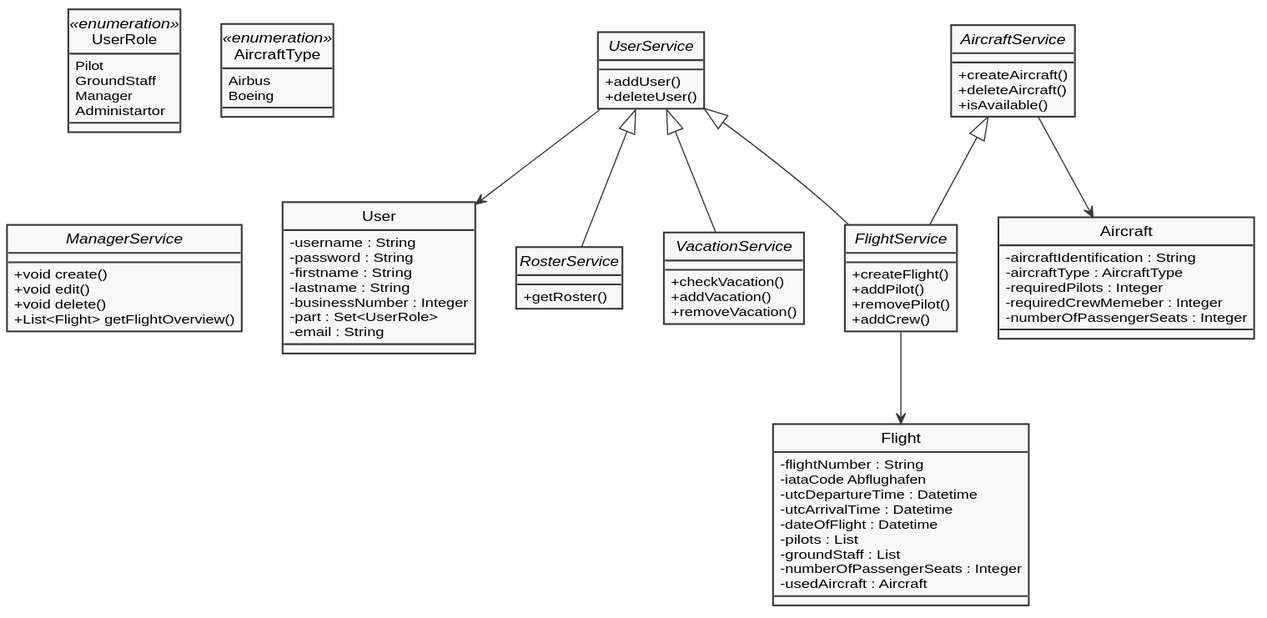
Earlier version of the PlantUML export diagram/class.svg (calvingehrer/AustrianAirlines).
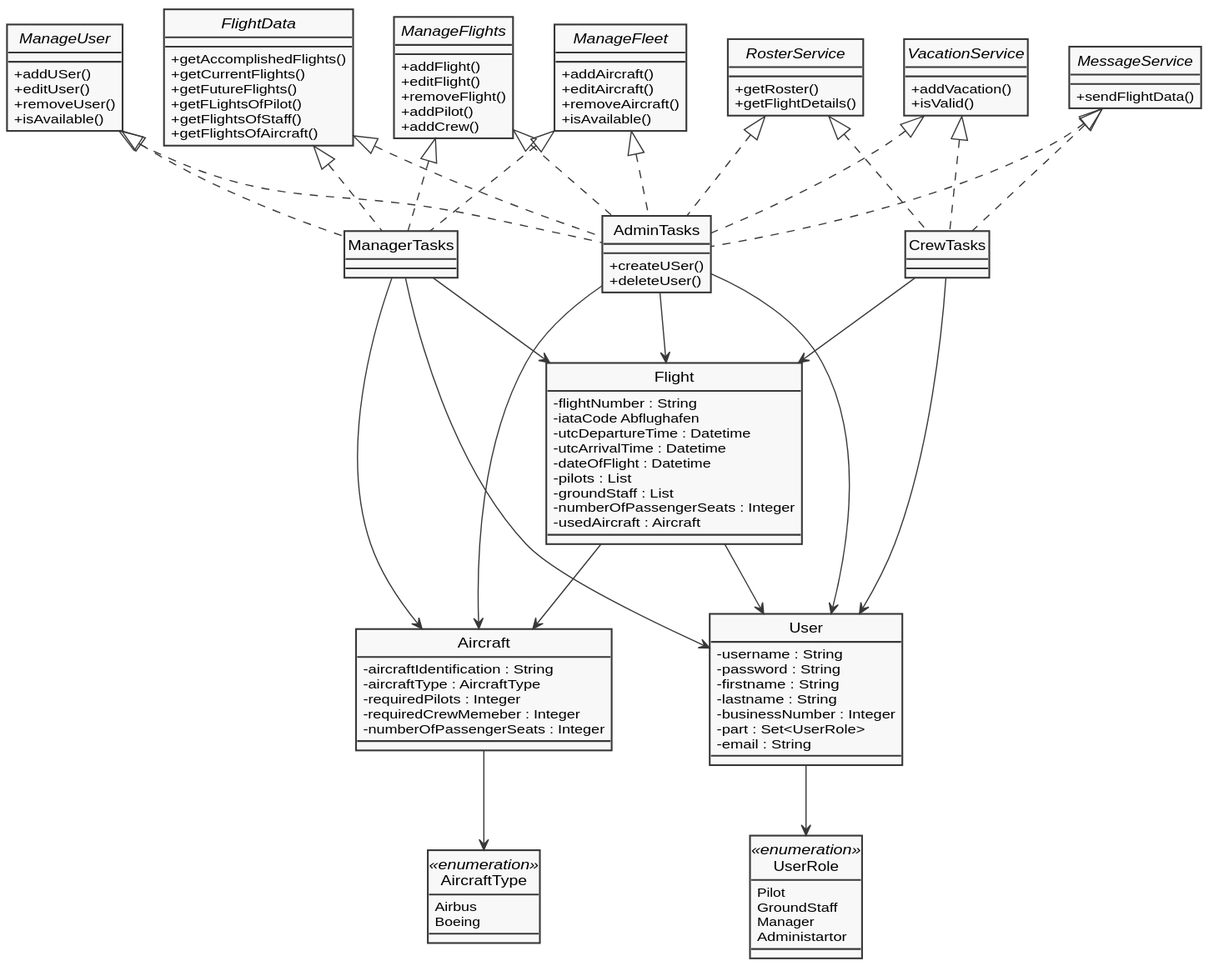
After the commit.

Commit message:
UML-Diagram

Change to the diagram source:
```diff
@@ -47,47 +47,84 @@
     - usedAircraft : Aircraft
 }
 
-interface ManagerService {
-    + void create()
-    + void edit()
-    + void delete()
-    + List<Flight> getFlightOverview()
-}
-
-interface FlightService {
-    + createFlight()
+interface ManageFlights {
+    + addFlight()
+    + editFlight()
+    + removeFlight()
     + addPilot()
-    + removePilot()
     + addCrew()
 }
 
-interface AircraftService {
-    + createAircraft()
-    + deleteAircraft()
+interface ManageFleet {
+    + addAircraft()
+    + editAircraft()
+    + removeAircraft()
     + isAvailable()
 }
 
-interface UserService {
-    + addUser()
-    + deleteUser()
+interface ManageUser {
+    + addUSer()
+    + editUser()
+    + removeUser()
+    + isAvailable()
+}
+
+interface FlightData {
+    + getAccomplishedFlights()
+    + getCurrentFlights()
+    + getFutureFlights()
+    + getFLightsOfPilot()
+    + getFlightsOfStaff()
+    + getFlightsOfAircraft()
 }
 
 interface RosterService {
     + getRoster()
+    + getFlightDetails()
 }
 
 interface VacationService {
-    + checkVacation()
     + addVacation()
-    + removeVacation()
+    + isValid()
 }
 
-UserService --> User
-UserService <|-- VacationService
-UserService <|-- RosterService
-UserService <|-- FlightService
-AircraftService <|-- FlightService
-FlightService --> Flight
-AircraftService --> Aircraft
+interface MessageService {
+    + sendFlightData()
+}
+
+
+class AdminTasks {
+    + createUSer()
+    + deleteUser()
+}
+
+User --> UserRole
+Flight --> User
+Aircraft --> AircraftType
+Flight --> Aircraft
+
+AdminTasks --> Flight
+AdminTasks --> Aircraft
+AdminTasks --> User
+ManagerTasks --> Flight
+ManagerTasks --> Aircraft
+ManagerTasks --> User
+CrewTasks --> Flight
+CrewTasks --> User
+
+ManageFlights <|.. AdminTasks
+ManageFleet <|.. AdminTasks
+ManageUser <|.. AdminTasks
+FlightData <|.. AdminTasks
+RosterService <|.. AdminTasks
+VacationService <|.. AdminTasks
+MessageService <|.. AdminTasks
+ManageFlights <|.. ManagerTasks
+ManageFleet <|.. ManagerTasks
+ManageUser <|.. ManagerTasks
+FlightData <|.. ManagerTasks
+RosterService <|.. CrewTasks
+VacationService <|.. CrewTasks
+MessageService <|.. CrewTasks
 
 @enduml
```
